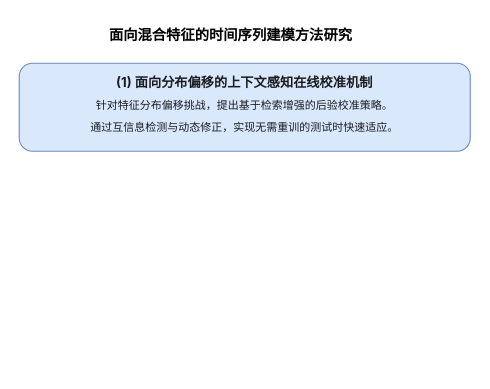
HALF111/Research_figures keeps this draw.io diagram as 硕士毕业论文图.drawio. Above is the earlier version. Source tidied: cells renumbered, new cells numbered last; positions are measured from the earlier drawing's top-left corner, leaving out a move shared by most shapes. Both pictures are drawn from the tidied source at 110%, with x=0, y=0 at pixel (19, 19).
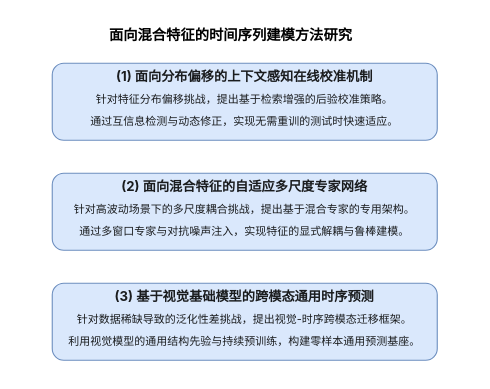
After the change.

Commit message (it also covers changes not shown here):
更新硕士毕业论文图.drawio

Diff of the diagram source:
```diff
@@
 <mxGraphModel>
   <root>
     <mxCell id="0" />
     <mxCell id="1" parent="0" />
     <mxCell id="2" value="&lt;p class=&quot;ng-star-inserted&quot; style=&quot;box-sizing: border-box; line-height: 20px; font-family: Inter, sans-serif; font-optical-sizing: auto; margin-bottom: 18px; color: rgb(26, 28, 30);&quot;&gt;&lt;font style=&quot;&quot;&gt;&lt;strong class=&quot;ng-star-inserted&quot; style=&quot;box-sizing: border-box;&quot;&gt;&lt;font&gt;(1) 面向分布偏移的上下文感知在线校准机制&lt;/font&gt;&lt;/strong&gt;&lt;br class=&quot;ng-star-inserted&quot; style=&quot;box-sizing: border-box;&quot;&gt;&lt;span class=&quot;ng-star-inserted&quot; style=&quot;font-size: 10px; box-sizing: border-box;&quot;&gt;针对特征分布偏移&lt;/span&gt;&lt;span class=&quot;ng-star-inserted&quot; style=&quot;font-size: 10px; box-sizing: border-box;&quot;&gt;挑战，提出基于检索增强的后验校准策略。&lt;/span&gt;&lt;br class=&quot;ng-star-inserted&quot; style=&quot;box-sizing: border-box;&quot;&gt;&lt;span class=&quot;ng-star-inserted&quot; style=&quot;font-size: 10px; box-sizing: border-box;&quot;&gt;通过互信息检测与动态修正，实现无需重训的&lt;/span&gt;&lt;span class=&quot;ng-star-inserted&quot; style=&quot;font-size: 10px; box-sizing: border-box;&quot;&gt;测试时快速适应&lt;/span&gt;&lt;span class=&quot;ng-star-inserted&quot; style=&quot;font-size: 10px; box-sizing: border-box;&quot;&gt;。&lt;/span&gt;&lt;/font&gt;&lt;/p&gt;" style="rounded=1;whiteSpace=wrap;html=1;align=center;fillColor=#dae8fc;strokeColor=#6c8ebf;labelBackgroundColor=none;" parent="1" vertex="1">
-      <mxGeometry y="40" width="410" height="80" as="geometry" />
+      <mxGeometry x="30" y="40" width="350" height="70" as="geometry" />
     </mxCell>
     <mxCell id="3" value="面向混合特征的时间序列建模方法研究" style="text;whiteSpace=wrap;fontSize=13;fontStyle=1;" parent="1" vertex="1">
       <mxGeometry x="80" width="240" height="30" as="geometry" />
     </mxCell>
+    <mxCell id="4" value="&lt;p class=&quot;ng-star-inserted&quot; style=&quot;box-sizing: border-box; line-height: 20px; font-optical-sizing: auto; margin-bottom: 18px; color: rgb(26, 28, 30);&quot;&gt;&lt;span style=&quot;background-color: transparent;&quot;&gt;&lt;font color=&quot;#1a1c1e&quot; face=&quot;Inter, sans-serif&quot;&gt;&lt;b style=&quot;&quot;&gt;&lt;font&gt;(2) 面向混合特征的自适应多尺度专家网络&lt;/font&gt;&lt;/b&gt;&lt;br&gt;&lt;/font&gt;&lt;/span&gt;&lt;span style=&quot;font-size: 10px; color: light-dark(rgb(26, 28, 30), rgb(212, 214, 216)); font-family: Inter, sans-serif; background-color: transparent;&quot;&gt;针对高波动场景下的多尺度耦合挑战，提出基于混合专家的专用架构。&lt;br&gt;&lt;/span&gt;&lt;span style=&quot;font-size: 10px; color: light-dark(rgb(26, 28, 30), rgb(212, 214, 216)); font-family: Inter, sans-serif; background-color: transparent;&quot;&gt;通过多窗口专家与对抗噪声注入，实现特征的显式解耦与鲁棒建模。&lt;/span&gt;&lt;/p&gt;" style="rounded=1;whiteSpace=wrap;html=1;align=center;fillColor=#dae8fc;strokeColor=#6c8ebf;labelBackgroundColor=none;" parent="1" vertex="1">
+      <mxGeometry x="30" y="140" width="350" height="70" as="geometry" />
+    </mxCell>
+    <mxCell id="5" value="&lt;p class=&quot;ng-star-inserted&quot; style=&quot;box-sizing: border-box; line-height: 20px; font-optical-sizing: auto; margin-bottom: 18px; color: rgb(26, 28, 30);&quot;&gt;&lt;span style=&quot;color: light-dark(rgb(26, 28, 30), rgb(212, 214, 216)); font-family: Inter, sans-serif; background-color: transparent;&quot;&gt;&lt;b style=&quot;&quot;&gt;&lt;font&gt;(3) 基于视觉基础模型的跨模态通用时序预测&lt;/font&gt;&lt;/b&gt;&lt;br&gt;&lt;/span&gt;&lt;span style=&quot;background-color: transparent; color: light-dark(rgb(26, 28, 30), rgb(212, 214, 216)); font-family: Inter, sans-serif; font-size: 10px;&quot;&gt;针对数据稀缺导致的泛化性差挑战，提出视觉-时序跨模态迁移框架。&lt;br&gt;&lt;/span&gt;&lt;span style=&quot;background-color: transparent; color: light-dark(rgb(26, 28, 30), rgb(212, 214, 216)); font-family: Inter, sans-serif; font-size: 10px;&quot;&gt;利用视觉模型的通用结构先验与持续预训练，构建零样本通用预测基座。&lt;/span&gt;&lt;/p&gt;" style="rounded=1;whiteSpace=wrap;html=1;align=center;fillColor=#dae8fc;strokeColor=#6c8ebf;labelBackgroundColor=none;" parent="1" vertex="1">
+      <mxGeometry x="30" y="240" width="350" height="70" as="geometry" />
+    </mxCell>
   </root>
 </mxGraphModel>
```
